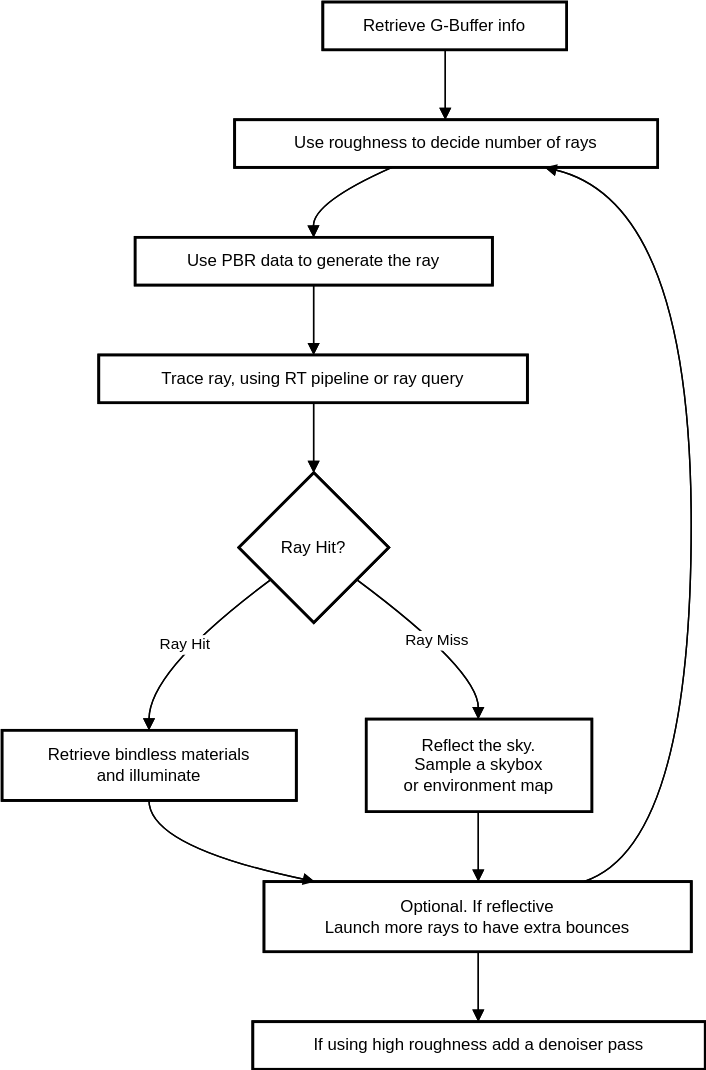
Earlier version of the draw.io export content/learning-paths/smartphones-and-mobile/ray_tracing/images/reflections_algorithm_diagram.drawio.svg (ArmDeveloperEcosystem/arm-learning-paths). Source tidied: cells renumbered, new cells last; positions are measured from the earlier drawing's top-left corner, leaving out a move shared by most shapes.
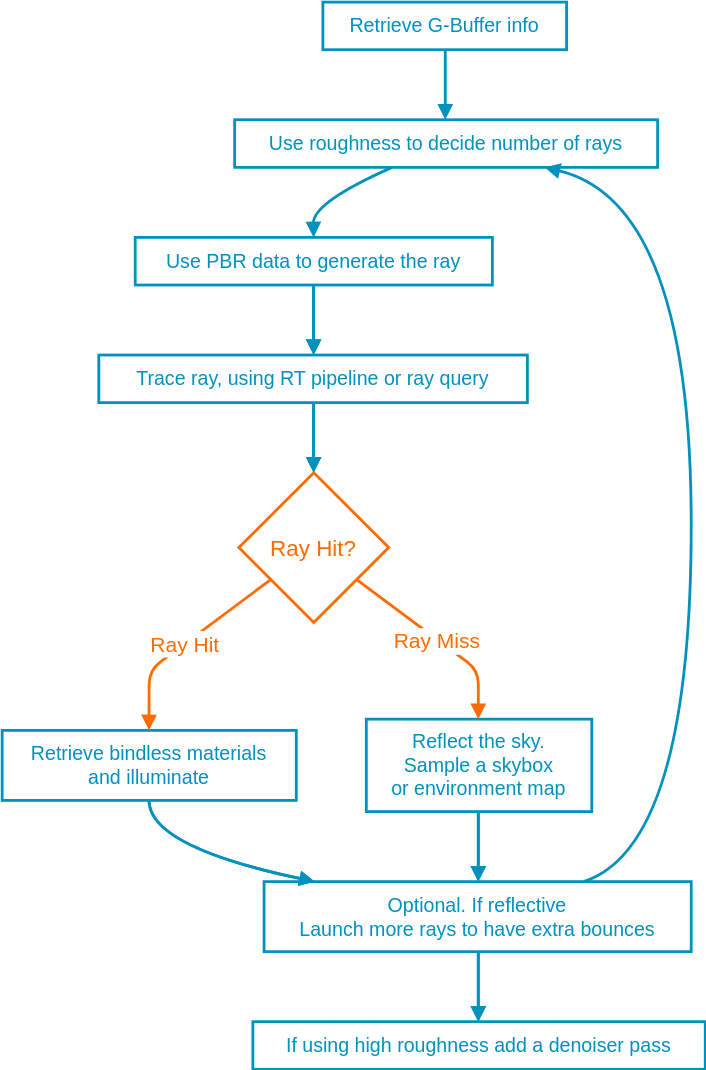
After the commit.

Change to the diagram source:
```diff
@@ -2,74 +2,60 @@
   <root>
     <mxCell id="0" />
     <mxCell id="1" parent="0" />
-    <mxCell id="2" value="Retrieve G-Buffer info" style="whiteSpace=wrap;strokeWidth=2;" parent="1" vertex="1">
+    <mxCell id="2" value="Retrieve G-Buffer info" style="whiteSpace=wrap;strokeWidth=2;strokeColor=#0091BD;shadow=0;fontColor=#0091BD;fontSize=14;fillStyle=solid;gradientColor=none;fillColor=default;" parent="1" vertex="1">
       <mxGeometry x="229" width="174" height="34" as="geometry" />
     </mxCell>
-    <mxCell id="3" value="Use roughness to decide number of rays" style="whiteSpace=wrap;strokeWidth=2;" parent="1" vertex="1">
+    <mxCell id="3" value="Use roughness to decide number of rays" style="whiteSpace=wrap;strokeWidth=2;strokeColor=#0091BD;shadow=0;fontColor=#0091BD;fontSize=14;fillColor=default;" parent="1" vertex="1">
       <mxGeometry x="166" y="84" width="302" height="34" as="geometry" />
     </mxCell>
-    <mxCell id="4" value="Use PBR data to generate the ray" style="whiteSpace=wrap;strokeWidth=2;" parent="1" vertex="1">
+    <mxCell id="4" value="Use PBR data to generate the ray" style="whiteSpace=wrap;strokeWidth=2;strokeColor=#0091BD;shadow=0;fontColor=#0091BD;fontSize=14;fillColor=default;" parent="1" vertex="1">
       <mxGeometry x="95" y="168" width="255" height="34" as="geometry" />
     </mxCell>
-    <mxCell id="5" value="Trace ray, using RT pipeline or ray query" style="whiteSpace=wrap;strokeWidth=2;" parent="1" vertex="1">
+    <mxCell id="5" value="Trace ray, using RT pipeline or ray query" style="whiteSpace=wrap;strokeWidth=2;strokeColor=#0091BD;shadow=0;fontColor=#0091BD;fontSize=14;fillColor=default;" parent="1" vertex="1">
       <mxGeometry x="69" y="252" width="306" height="34" as="geometry" />
     </mxCell>
-    <mxCell id="6" value="Ray Hit?" style="rhombus;strokeWidth=2;whiteSpace=wrap;" parent="1" vertex="1">
+    <mxCell id="6" value="Ray Hit?" style="rhombus;strokeWidth=2;whiteSpace=wrap;strokeColor=#FF6B00;shadow=0;fillColor=default;fontColor=#FF6B00;fontSize=16;" parent="1" vertex="1">
       <mxGeometry x="169" y="336" width="107" height="107" as="geometry" />
     </mxCell>
-    <mxCell id="7" value="Retrieve bindless materials &#10; and illuminate" style="whiteSpace=wrap;strokeWidth=2;" parent="1" vertex="1">
+    <mxCell id="7" value="Retrieve bindless materials &#10; and illuminate" style="whiteSpace=wrap;strokeWidth=2;strokeColor=#0091BD;shadow=0;fontColor=#0091BD;fontSize=14;fillColor=default;" parent="1" vertex="1">
       <mxGeometry y="520" width="210" height="50" as="geometry" />
     </mxCell>
-    <mxCell id="8" value="Reflect the sky. &#10; Sample a skybox &#10; or environment map" style="whiteSpace=wrap;strokeWidth=2;" parent="1" vertex="1">
+    <mxCell id="8" value="Reflect the sky. &#10; Sample a skybox &#10; or environment map" style="whiteSpace=wrap;strokeWidth=2;strokeColor=#0091BD;shadow=0;fontColor=#0091BD;fontSize=14;fillColor=default;" parent="1" vertex="1">
       <mxGeometry x="260" y="512" width="161" height="66" as="geometry" />
     </mxCell>
-    <mxCell id="9" value="If using high roughness add a denoiser pass" style="whiteSpace=wrap;strokeWidth=2;" parent="1" vertex="1">
+    <mxCell id="9" value="If using high roughness add a denoiser pass" style="whiteSpace=wrap;strokeWidth=2;strokeColor=#0091BD;shadow=0;fontColor=#0091BD;fontSize=14;fillColor=default;" parent="1" vertex="1">
       <mxGeometry x="179" y="728" width="323" height="34" as="geometry" />
     </mxCell>
-    <mxCell id="10" value="Optional. If reflective &#10; Launch more rays to have extra bounces" style="whiteSpace=wrap;strokeWidth=2;" parent="1" vertex="1">
+    <mxCell id="10" value="Optional. If reflective &#10; Launch more rays to have extra bounces" style="whiteSpace=wrap;strokeWidth=2;strokeColor=#0091BD;shadow=0;fontColor=#0091BD;fontSize=14;fillColor=default;" parent="1" vertex="1">
       <mxGeometry x="187" y="628" width="305" height="50" as="geometry" />
     </mxCell>
-    <mxCell id="11" style="curved=1;startArrow=none;endArrow=block;exitX=0.5022225215517241;exitY=1;entryX=0.49796926738410596;entryY=0;rounded=0;" parent="1" edge="1" source="2" target="3">
+    <mxCell id="11" style="curved=1;startArrow=none;endArrow=block;exitX=0.5022225215517241;exitY=1;entryX=0.49796926738410596;entryY=0;rounded=0;strokeColor=#0091BD;shadow=0;strokeWidth=2;" parent="1" edge="1" source="2" target="3">
       <mxGeometry relative="1" as="geometry" />
     </mxCell>
-    <mxCell id="12" style="curved=1;startArrow=none;endArrow=block;exitX=0.37198900928334916;exitY=1;entryX=0.49957107843137255;entryY=0;rounded=0;" parent="1" edge="1" source="3" target="4">
+    <mxCell id="12" style="curved=1;startArrow=none;endArrow=block;exitX=0.37198900928334916;exitY=1;entryX=0.49957107843137255;entryY=0;rounded=0;strokeColor=#0091BD;shadow=0;strokeWidth=2;" parent="1" edge="1" source="3" target="4">
       <mxGeometry relative="1" as="geometry">
         <Array as="points">
           <mxPoint x="222" y="143" />
         </Array>
       </mxGeometry>
     </mxCell>
-    <mxCell id="13" style="curved=1;startArrow=none;endArrow=block;exitX=0.49957107843137255;exitY=1;entryX=0.5012765522875817;entryY=0;rounded=0;" parent="1" edge="1" source="4" target="5">
+    <mxCell id="13" style="curved=1;startArrow=none;endArrow=block;exitX=0.49957107843137255;exitY=1;entryX=0.5012765522875817;entryY=0;rounded=0;strokeColor=#0091BD;shadow=0;strokeWidth=2;" parent="1" edge="1" source="4" target="5">
       <mxGeometry relative="1" as="geometry" />
     </mxCell>
-    <mxCell id="14" style="curved=1;startArrow=none;endArrow=block;exitX=0.5012765522875817;exitY=1;entryX=0.49897780373831774;entryY=0;rounded=0;" parent="1" edge="1" source="5" target="6">
+    <mxCell id="14" style="curved=1;startArrow=none;endArrow=block;exitX=0.5012765522875817;exitY=1;entryX=0.49897780373831774;entryY=0;rounded=0;strokeColor=#0091BD;shadow=0;strokeWidth=2;" parent="1" edge="1" source="5" target="6">
       <mxGeometry relative="1" as="geometry" />
     </mxCell>
-    <mxCell id="15" value="Ray Hit" style="curved=1;startArrow=none;endArrow=block;exitX=-0.00010952102803738318;exitY=0.8722337819800337;entryX=0.49914434523809526;entryY=-0.00390625;rounded=0;" parent="1" edge="1" source="6" target="7">
-      <mxGeometry relative="1" as="geometry">
-        <Array as="points">
-          <mxPoint x="105" y="477" />
-        </Array>
-      </mxGeometry>
-    </mxCell>
-    <mxCell id="16" value="Ray Miss" style="curved=1;startArrow=none;endArrow=block;exitX=0.9980651285046729;exitY=0.8722337819800337;entryX=0.4966517857142857;entryY=-0.002959280303030303;rounded=0;" parent="1" edge="1" source="6" target="8">
-      <mxGeometry relative="1" as="geometry">
-        <Array as="points">
-          <mxPoint x="340" y="477" />
-        </Array>
-      </mxGeometry>
-    </mxCell>
-    <mxCell id="17" style="curved=1;startArrow=none;endArrow=block;exitX=0.49914434523809526;exitY=0.99609375;entryX=0.11603483606557377;entryY=-0.00390625;rounded=0;" parent="1" edge="1" source="7" target="10">
+    <mxCell id="17" style="curved=1;startArrow=none;endArrow=block;exitX=0.49914434523809526;exitY=0.99609375;entryX=0.11603483606557377;entryY=-0.00390625;rounded=0;strokeColor=#0091BD;shadow=0;strokeWidth=2;" parent="1" edge="1" source="7" target="10">
       <mxGeometry relative="1" as="geometry">
         <Array as="points">
           <mxPoint x="105" y="603" />
         </Array>
       </mxGeometry>
     </mxCell>
-    <mxCell id="18" style="curved=1;startArrow=none;endArrow=block;exitX=0.4966517857142857;exitY=0.9970407196969697;entryX=0.5015112704918033;entryY=-0.00390625;rounded=0;" parent="1" edge="1" source="8" target="10">
+    <mxCell id="18" style="curved=1;startArrow=none;endArrow=block;exitX=0.4966517857142857;exitY=0.9970407196969697;entryX=0.5015112704918033;entryY=-0.00390625;rounded=0;strokeColor=#0091BD;shadow=0;strokeWidth=2;" parent="1" edge="1" source="8" target="10">
       <mxGeometry relative="1" as="geometry" />
     </mxCell>
-    <mxCell id="19" style="curved=1;startArrow=none;endArrow=block;exitX=0.7501280737704918;exitY=-0.00390625;entryX=0.7328256193826869;entryY=1;rounded=0;" parent="1" edge="1" source="10" target="3">
+    <mxCell id="19" style="curved=1;startArrow=none;endArrow=block;exitX=0.7501280737704918;exitY=-0.00390625;entryX=0.7328256193826869;entryY=1;rounded=0;strokeColor=#0091BD;shadow=0;strokeWidth=2;" parent="1" edge="1" source="10" target="3">
       <mxGeometry relative="1" as="geometry">
         <Array as="points">
           <mxPoint x="492" y="603" />
@@ -77,86 +63,59 @@
         </Array>
       </mxGeometry>
     </mxCell>
-    <mxCell id="20" style="curved=1;startArrow=none;endArrow=block;exitX=0.5015112704918033;exitY=0.99609375;entryX=0.4983310758513932;entryY=-0.0057444852941176475;rounded=0;" parent="1" edge="1" source="10" target="9">
+    <mxCell id="20" style="curved=1;startArrow=none;endArrow=block;exitX=0.5015112704918033;exitY=0.99609375;entryX=0.4983310758513932;entryY=-0.0057444852941176475;rounded=0;strokeColor=#0091BD;shadow=0;strokeWidth=2;" parent="1" edge="1" source="10" target="9">
       <mxGeometry relative="1" as="geometry" />
     </mxCell>
-    <mxCell id="21" value="Retrieve G-Buffer info" style="whiteSpace=wrap;strokeWidth=2;" parent="1" vertex="1">
-      <mxGeometry x="229" width="174" height="34" as="geometry" />
-    </mxCell>
-    <mxCell id="22" value="Use roughness to decide number of rays" style="whiteSpace=wrap;strokeWidth=2;" parent="1" vertex="1">
-      <mxGeometry x="166" y="84" width="302" height="34" as="geometry" />
-    </mxCell>
-    <mxCell id="23" value="Use PBR data to generate the ray" style="whiteSpace=wrap;strokeWidth=2;" parent="1" vertex="1">
-      <mxGeometry x="95" y="168" width="255" height="34" as="geometry" />
-    </mxCell>
-    <mxCell id="24" value="Trace ray, using RT pipeline or ray query" style="whiteSpace=wrap;strokeWidth=2;" parent="1" vertex="1">
-      <mxGeometry x="69" y="252" width="306" height="34" as="geometry" />
-    </mxCell>
-    <mxCell id="25" value="Ray Hit?" style="rhombus;strokeWidth=2;whiteSpace=wrap;" parent="1" vertex="1">
-      <mxGeometry x="169" y="336" width="107" height="107" as="geometry" />
-    </mxCell>
-    <mxCell id="26" value="Retrieve bindless materials &#10; and illuminate" style="whiteSpace=wrap;strokeWidth=2;" parent="1" vertex="1">
-      <mxGeometry y="520" width="210" height="50" as="geometry" />
-    </mxCell>
-    <mxCell id="27" value="Reflect the sky. &#10; Sample a skybox &#10; or environment map" style="whiteSpace=wrap;strokeWidth=2;" parent="1" vertex="1">
-      <mxGeometry x="260" y="512" width="161" height="66" as="geometry" />
-    </mxCell>
-    <mxCell id="28" value="If using high roughness add a denoiser pass" style="whiteSpace=wrap;strokeWidth=2;" parent="1" vertex="1">
-      <mxGeometry x="179" y="728" width="323" height="34" as="geometry" />
-    </mxCell>
-    <mxCell id="29" value="Optional. If reflective &#10; Launch more rays to have extra bounces" style="whiteSpace=wrap;strokeWidth=2;" parent="1" vertex="1">
-      <mxGeometry x="187" y="628" width="305" height="50" as="geometry" />
-    </mxCell>
-    <mxCell id="30" style="curved=1;startArrow=none;endArrow=block;exitX=0.5022225215517241;exitY=1;entryX=0.49796926738410596;entryY=0;rounded=0;" parent="1" edge="1" source="21" target="22">
-      <mxGeometry relative="1" as="geometry" />
-    </mxCell>
-    <mxCell id="31" style="curved=1;startArrow=none;endArrow=block;exitX=0.37198900928334916;exitY=1;entryX=0.49957107843137255;entryY=0;rounded=0;" parent="1" edge="1" source="22" target="23">
-      <mxGeometry relative="1" as="geometry">
-        <Array as="points">
-          <mxPoint x="222" y="143" />
-        </Array>
-      </mxGeometry>
-    </mxCell>
-    <mxCell id="32" style="curved=1;startArrow=none;endArrow=block;exitX=0.49957107843137255;exitY=1;entryX=0.5012765522875817;entryY=0;rounded=0;" parent="1" edge="1" source="23" target="24">
-      <mxGeometry relative="1" as="geometry" />
+    <mxCell id="32" style="curved=1;startArrow=none;endArrow=block;exitX=0.49957107843137255;exitY=1;entryX=0.5012765522875817;entryY=0;rounded=0;strokeColor=#0091BD;shadow=0;strokeWidth=2;" parent="1" edge="1">
+      <mxGeometry relative="1" as="geometry">
+        <mxPoint x="222.4" y="202" as="sourcePoint" />
+        <mxPoint x="222.4" y="252" as="targetPoint" />
+      </mxGeometry>
     </mxCell>
-    <mxCell id="33" style="curved=1;startArrow=none;endArrow=block;exitX=0.5012765522875817;exitY=1;entryX=0.49897780373831774;entryY=0;rounded=0;" parent="1" edge="1" source="24" target="25">
-      <mxGeometry relative="1" as="geometry" />
+    <mxCell id="33" style="curved=1;startArrow=none;endArrow=block;exitX=0.5012765522875817;exitY=1;entryX=0.49897780373831774;entryY=0;rounded=0;strokeColor=#0091BD;shadow=0;strokeWidth=2;" parent="1" edge="1">
+      <mxGeometry relative="1" as="geometry">
+        <mxPoint x="222.4" y="286" as="sourcePoint" />
+        <mxPoint x="222.4" y="336.1" as="targetPoint" />
+      </mxGeometry>
     </mxCell>
-    <mxCell id="34" value="Ray Hit" style="curved=1;startArrow=none;endArrow=block;exitX=-0.00010952102803738318;exitY=0.8722337819800337;entryX=0.49914434523809526;entryY=-0.00390625;rounded=0;" parent="1" edge="1" source="25" target="26">
+    <mxCell id="34" value="Ray Hit" style="curved=0;startArrow=none;endArrow=block;exitX=-0.00010952102803738318;exitY=0.8722337819800337;entryX=0.49914434523809526;entryY=-0.00390625;rounded=1;strokeColor=#FF6B00;shadow=0;fontColor=#FF6B00;labelBorderColor=none;strokeWidth=2;fontSize=15;" parent="1" edge="1">
       <mxGeometry relative="1" as="geometry">
+        <mxPoint x="191.8" y="412.3" as="sourcePoint" />
+        <mxPoint x="104.8" y="520" as="targetPoint" />
         <Array as="points">
           <mxPoint x="105" y="477" />
         </Array>
       </mxGeometry>
     </mxCell>
-    <mxCell id="35" value="Ray Miss" style="curved=1;startArrow=none;endArrow=block;exitX=0.9980651285046729;exitY=0.8722337819800337;entryX=0.4966517857142857;entryY=-0.002959280303030303;rounded=0;" parent="1" edge="1" source="25" target="27">
+    <mxCell id="35" value="Ray Miss" style="curved=0;startArrow=none;endArrow=block;exitX=0.9980651285046729;exitY=0.8722337819800337;entryX=0.4966517857142857;entryY=-0.002959280303030303;rounded=1;strokeColor=#FF6B00;shadow=0;fontColor=#FF6B00;strokeWidth=2;fontSize=15;" parent="1" edge="1">
       <mxGeometry relative="1" as="geometry">
+        <mxPoint x="253.1" y="412.4" as="sourcePoint" />
+        <mxPoint x="340" y="512" as="targetPoint" />
         <Array as="points">
           <mxPoint x="340" y="477" />
         </Array>
       </mxGeometry>
     </mxCell>
-    <mxCell id="36" style="curved=1;startArrow=none;endArrow=block;exitX=0.49914434523809526;exitY=0.99609375;entryX=0.11603483606557377;entryY=-0.00390625;rounded=0;" parent="1" edge="1" source="26" target="29">
+    <mxCell id="36" style="curved=1;startArrow=none;endArrow=block;exitX=0.49914434523809526;exitY=0.99609375;entryX=0.11603483606557377;entryY=-0.00390625;rounded=0;strokeColor=#0091BD;shadow=0;strokeWidth=2;" parent="1" edge="1">
       <mxGeometry relative="1" as="geometry">
+        <mxPoint x="104.8" y="570" as="sourcePoint" />
+        <mxPoint x="223.3" y="628" as="targetPoint" />
         <Array as="points">
           <mxPoint x="105" y="603" />
         </Array>
       </mxGeometry>
     </mxCell>
-    <mxCell id="37" style="curved=1;startArrow=none;endArrow=block;exitX=0.4966517857142857;exitY=0.9970407196969697;entryX=0.5015112704918033;entryY=-0.00390625;rounded=0;" parent="1" edge="1" source="27" target="29">
-      <mxGeometry relative="1" as="geometry" />
+    <mxCell id="37" style="curved=1;startArrow=none;endArrow=block;exitX=0.4966517857142857;exitY=0.9970407196969697;entryX=0.5015112704918033;entryY=-0.00390625;rounded=0;strokeColor=#0091BD;shadow=0;strokeWidth=2;" parent="1" edge="1">
+      <mxGeometry relative="1" as="geometry">
+        <mxPoint x="340" y="578" as="sourcePoint" />
+        <mxPoint x="340" y="628" as="targetPoint" />
+      </mxGeometry>
     </mxCell>
-    <mxCell id="38" style="curved=1;startArrow=none;endArrow=block;exitX=0.7501280737704918;exitY=-0.00390625;entryX=0.7328256193826869;entryY=1;rounded=0;" parent="1" edge="1" source="29" target="22">
-      <mxGeometry relative="1" as="geometry">
-        <Array as="points">
-          <mxPoint x="492" y="603" />
-          <mxPoint x="492" y="143" />
-        </Array>
-      </mxGeometry>
-    </mxCell>
-    <mxCell id="39" style="curved=1;startArrow=none;endArrow=block;exitX=0.5015112704918033;exitY=0.99609375;entryX=0.4983310758513932;entryY=-0.0057444852941176475;rounded=0;" parent="1" edge="1" source="29" target="28">
-      <mxGeometry relative="1" as="geometry" />
+    <mxCell id="39" style="curved=1;startArrow=none;endArrow=block;exitX=0.5015112704918033;exitY=0.99609375;entryX=0.4983310758513932;entryY=-0.0057444852941176475;rounded=0;strokeColor=#0091BD;shadow=0;strokeWidth=2;" parent="1" edge="1">
+      <mxGeometry relative="1" as="geometry">
+        <mxPoint x="340" y="678" as="sourcePoint" />
+        <mxPoint x="340" y="728" as="targetPoint" />
+      </mxGeometry>
     </mxCell>
   </root>
 </mxGraphModel>
```
